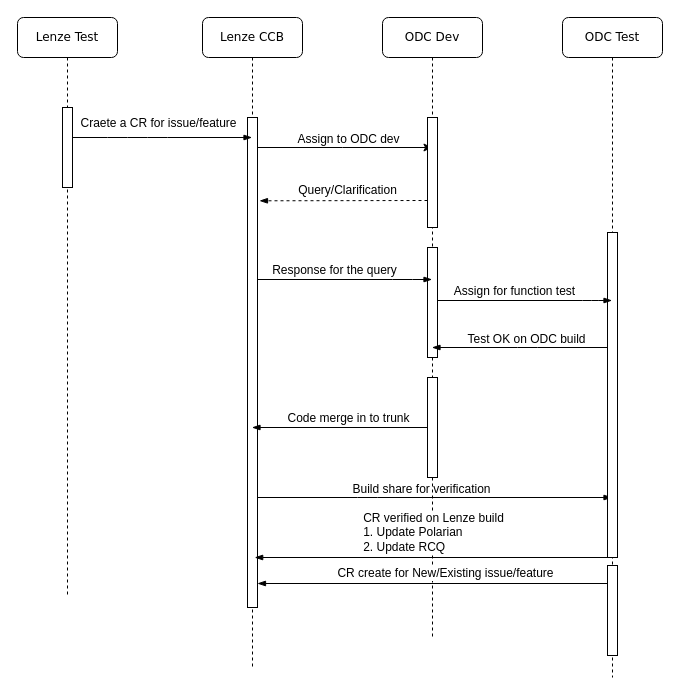
Before: Untitled Diagram.drawio in amitknit09/share, a draw.io diagram. Source tidied: cells renumbered, new cells numbered last; positions are measured from the earlier drawing's top-left corner, leaving out a move shared by most shapes. Both pictures are drawn from the tidied source at 100%, with x=0, y=0 at pixel (17, 17).
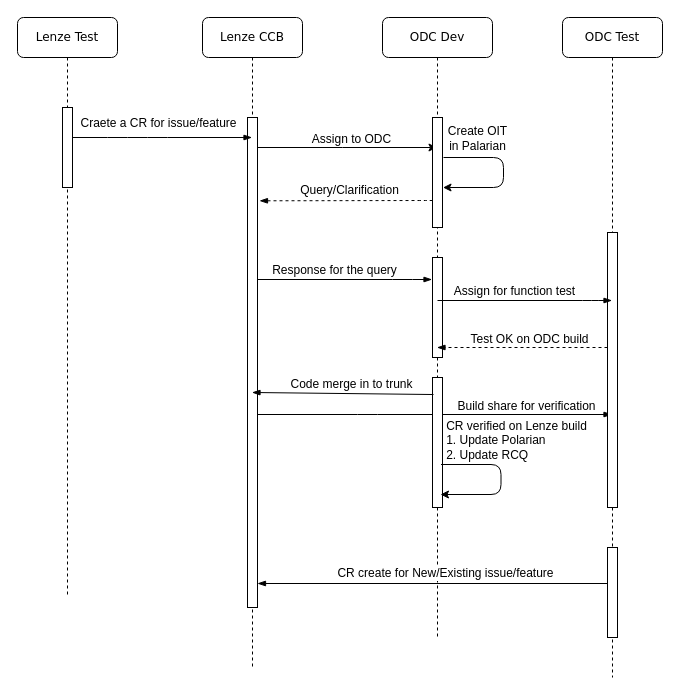
The same diagram, later.

Unchanged cells that the change refers to:
```xml
<mxCell id="2" style="edgeStyle=orthogonalEdgeStyle;rounded=0;jettySize=auto;html=1;" parent="1" edge="1" source="6" target="8">
  <mxGeometry relative="1" as="geometry">
    <Array as="points">
      <mxPoint x="325" y="130" />
      <mxPoint x="325" y="130" />
    </Array>
  </mxGeometry>
</mxCell>
<mxCell id="6" value="Lenze CCB" style="shape=umlLifeline;perimeter=lifelinePerimeter;whiteSpace=wrap;html=1;outlineConnect=0;rounded=1;shadow=0;comic=0;labelBackgroundColor=none;strokeWidth=1;fontFamily=Verdana;fontSize=12;align=center;" parent="1" vertex="1">
  <mxGeometry x="185" width="100" height="650" as="geometry" />
</mxCell>
<mxCell id="12" value="ODC Test" style="shape=umlLifeline;perimeter=lifelinePerimeter;whiteSpace=wrap;html=1;outlineConnect=0;rounded=1;shadow=0;comic=0;labelBackgroundColor=none;strokeWidth=1;fontFamily=Verdana;fontSize=12;align=center;" parent="1" vertex="1">
  <mxGeometry x="545" width="100" height="660" as="geometry" />
</mxCell>
```

What changed in the source:
```diff
@@
-    <mxCell id="3" value="Assign to ODC dev" style="text;html=1;align=center;verticalAlign=middle;labelBackgroundColor=#ffffff;" parent="2" vertex="1">
+    <mxCell id="3" value="Assign to ODC" style="text;html=1;align=center;verticalAlign=middle;labelBackgroundColor=#ffffff;" parent="2" vertex="1">
       <mxGeometry x="0.35" y="-1" relative="1" as="geometry">
         <mxPoint x="-26.5" y="-10" as="offset" />
       </mxGeometry>
     </mxCell>
-    <mxCell id="4" style="edgeStyle=none;jettySize=auto;html=1;endArrow=blockThin;endFill=1;" parent="1" edge="1" source="6" target="12">
+    <mxCell id="4" style="edgeStyle=none;orthogonalLoop=1;jettySize=auto;html=1;endArrow=blockThin;endFill=1;" parent="1" edge="1">
       <mxGeometry relative="1" as="geometry">
+        <mxPoint x="234.5" y="397" as="sourcePoint" />
+        <mxPoint x="594.5" y="397" as="targetPoint" />
         <Array as="points">
-          <mxPoint x="350" y="480" />
+          <mxPoint x="350" y="397" />
         </Array>
       </mxGeometry>
     </mxCell>
     <mxCell id="5" value="Build share for verification" style="text;html=1;align=center;verticalAlign=middle;labelBackgroundColor=#ffffff;" parent="4" vertex="1">
       <mxGeometry x="-0.25" relative="1" as="geometry">
-        <mxPoint x="34" y="-9" as="offset" />
+        <mxPoint x="139" y="-9" as="offset" />
       </mxGeometry>
     </mxCell>
@@
     <mxCell id="8" value="ODC Dev" style="shape=umlLifeline;perimeter=lifelinePerimeter;whiteSpace=wrap;html=1;outlineConnect=0;rounded=1;shadow=0;comic=0;labelBackgroundColor=none;strokeWidth=1;fontFamily=Verdana;fontSize=12;align=center;" parent="1" vertex="1">
-      <mxGeometry x="365" width="100" height="620" as="geometry" />
+      <mxGeometry x="365" width="110" height="620" as="geometry" />
     </mxCell>
     <mxCell id="9" style="html=1;points=[];perimeter=orthogonalPerimeter;rounded=0;shadow=0;comic=0;labelBackgroundColor=none;strokeWidth=1;fontFamily=Verdana;fontSize=12;align=center;" parent="8" vertex="1">
-      <mxGeometry x="45" y="100" width="10" height="110" as="geometry" />
+      <mxGeometry x="50" y="100" width="10" height="110" as="geometry" />
     </mxCell>
     <mxCell id="10" style="html=1;perimeter=orthogonalPerimeter;rounded=0;shadow=0;comic=0;labelBackgroundColor=none;strokeWidth=1;fontFamily=Verdana;fontSize=12;align=center;" parent="8" vertex="1">
-      <mxGeometry x="45" y="230" width="10" height="110" as="geometry" />
+      <mxGeometry x="50" y="240" width="10" height="100" as="geometry" />
     </mxCell>
     <mxCell id="11" style="html=1;points=[];perimeter=orthogonalPerimeter;rounded=0;shadow=0;comic=0;labelBackgroundColor=none;strokeWidth=1;fontFamily=Verdana;fontSize=12;align=center;" parent="8" vertex="1">
-      <mxGeometry x="45" y="360" width="10" height="100" as="geometry" />
+      <mxGeometry x="50" y="360" width="10" height="130" as="geometry" />
     </mxCell>
@@
     <mxCell id="13" style="html=1;points=[];perimeter=orthogonalPerimeter;rounded=0;shadow=0;comic=0;labelBackgroundColor=none;strokeWidth=1;fontFamily=Verdana;fontSize=12;align=center;" parent="12" vertex="1">
-      <mxGeometry x="45" y="215" width="10" height="325" as="geometry" />
+      <mxGeometry x="45" y="215" width="10" height="275" as="geometry" />
     </mxCell>
     <mxCell id="14" style="html=1;perimeter=orthogonalPerimeter;rounded=0;shadow=0;comic=0;labelBackgroundColor=none;strokeWidth=1;fontFamily=Verdana;fontSize=12;align=center;" parent="12" vertex="1">
-      <mxGeometry x="45" y="548" width="10" height="90" as="geometry" />
+      <mxGeometry x="45" y="530" width="10" height="90" as="geometry" />
     </mxCell>
@@
-    <mxCell id="27" style="edgeStyle=none;orthogonalLoop=1;jettySize=auto;html=1;endArrow=blockThin;endFill=1;" parent="1" edge="1">
-      <mxGeometry relative="1" as="geometry">
-        <mxPoint x="592.8" y="540" as="sourcePoint" />
-        <mxPoint x="237.2" y="540" as="targetPoint" />
-      </mxGeometry>
-    </mxCell>
-    <mxCell id="28" value="CR verified on Lenze build&lt;br&gt;&lt;div style=&quot;text-align: left&quot;&gt;1. Update Polarian&lt;/div&gt;&lt;div style=&quot;text-align: left&quot;&gt;2. Update RCQ&lt;/div&gt;" style="text;html=1;align=center;verticalAlign=middle;labelBackgroundColor=#ffffff;" parent="27" vertex="1">
-      <mxGeometry x="-0.13" relative="1" as="geometry">
-        <mxPoint x="-22" y="-26" as="offset" />
-      </mxGeometry>
-    </mxCell>
-    <mxCell id="29" style="edgeStyle=none;jettySize=auto;html=1;endArrow=blockThin;endFill=1;" parent="1" edge="1" source="13" target="8">
+    <mxCell id="29" style="edgeStyle=none;jettySize=auto;html=1;endArrow=blockThin;endFill=1;dashed=1;" parent="1" edge="1" source="13" target="8">
       <mxGeometry relative="1" as="geometry">
         <Array as="points">
           <mxPoint x="510" y="330" />
         </Array>
       </mxGeometry>
     </mxCell>
@@
-    <mxCell id="31" style="edgeStyle=none;jettySize=auto;html=1;endArrow=blockThin;endFill=1;" parent="1" edge="1" source="11" target="6">
-      <mxGeometry relative="1" as="geometry" />
+    <mxCell id="31" style="edgeStyle=none;jettySize=auto;html=1;endArrow=blockThin;endFill=1;exitX=0.1;exitY=0.131;exitDx=0;exitDy=0;exitPerimeter=0;" parent="1" edge="1" source="11">
+      <mxGeometry relative="1" as="geometry">
+        <mxPoint x="234.5" y="375" as="targetPoint" />
+      </mxGeometry>
     </mxCell>
@@
+    <mxCell id="33" style="edgeStyle=segmentEdgeStyle;endArrow=classic;html=1;" parent="1" edge="1">
+      <mxGeometry relative="1" as="geometry">
+        <mxPoint x="426" y="140" as="sourcePoint" />
+        <mxPoint x="425.5" y="170" as="targetPoint" />
+        <Array as="points">
+          <mxPoint x="486" y="140" />
+          <mxPoint x="486" y="170" />
+        </Array>
+      </mxGeometry>
+    </mxCell>
+    <mxCell id="34" value="Create OIT &lt;br&gt;in Palarian" style="text;html=1;align=center;verticalAlign=middle;labelBackgroundColor=#ffffff;" parent="33" vertex="1">
+      <mxGeometry x="0.31" y="2" relative="1" as="geometry">
+        <mxPoint x="-18" y="-52" as="offset" />
+      </mxGeometry>
+    </mxCell>
+    <mxCell id="35" style="edgeStyle=segmentEdgeStyle;endArrow=classic;html=1;" parent="1" edge="1">
+      <mxGeometry relative="1" as="geometry">
+        <mxPoint x="423.5" y="447" as="sourcePoint" />
+        <mxPoint x="423" y="477" as="targetPoint" />
+        <Array as="points">
+          <mxPoint x="483.5" y="447" />
+          <mxPoint x="483.5" y="477" />
+        </Array>
+      </mxGeometry>
+    </mxCell>
+    <mxCell id="28" value="CR verified on Lenze build&lt;br&gt;&lt;div style=&quot;text-align: left&quot;&gt;1. Update Polarian&lt;/div&gt;&lt;div style=&quot;text-align: left&quot;&gt;2. Update RCQ&lt;/div&gt;" style="text;html=1;align=center;verticalAlign=middle;labelBackgroundColor=#ffffff;" parent="35" vertex="1">
+      <mxGeometry x="0.31" y="2" relative="1" as="geometry">
+        <mxPoint x="23.5" y="-57" as="offset" />
+      </mxGeometry>
+    </mxCell>
```
